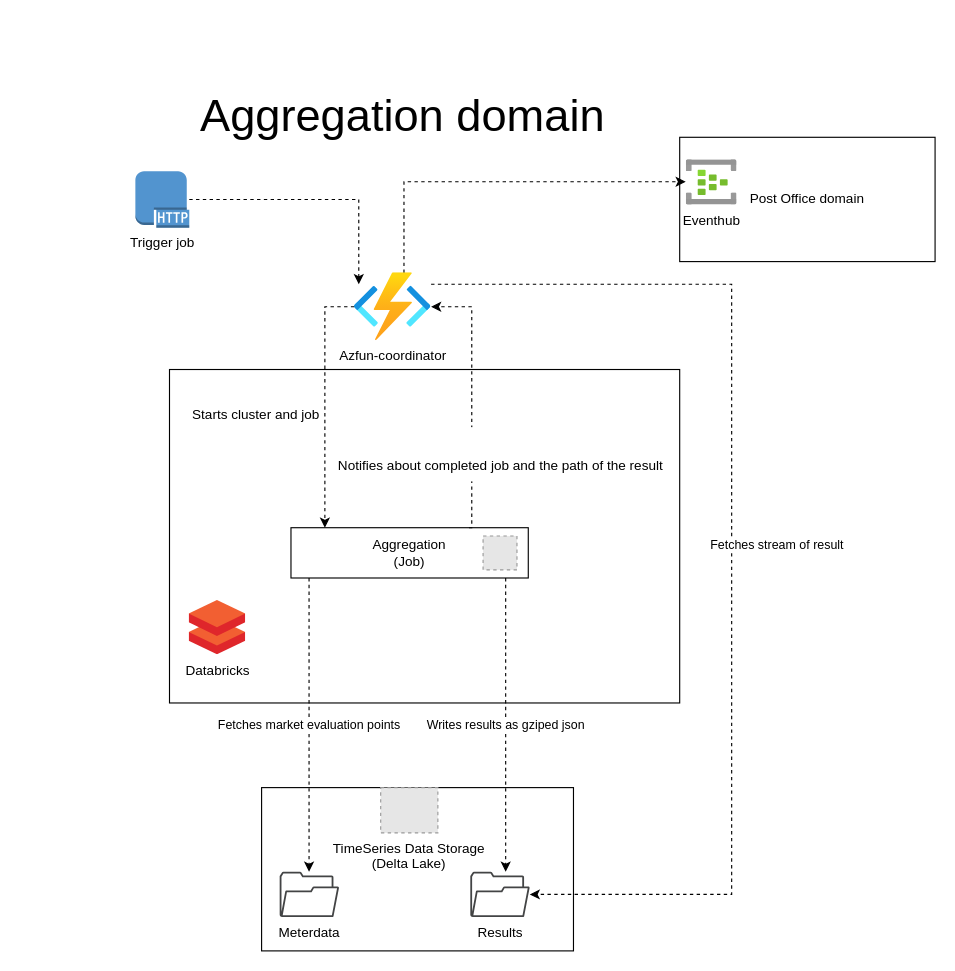
This is docs/Architecture.drawio from Energinet-DataHub/ARCHIVED-geh-aggregations, a draw.io file, before an edit. Source tidied: cells renumbered, new cells numbered last; positions are measured from the earlier drawing's top-left corner, leaving out a move shared by most shapes. Both pictures are drawn from the tidied source at 113%, with x=0, y=0 at pixel (87, 103). Pictures stored in the file or linked from it are replaced by grey dashed boxes.
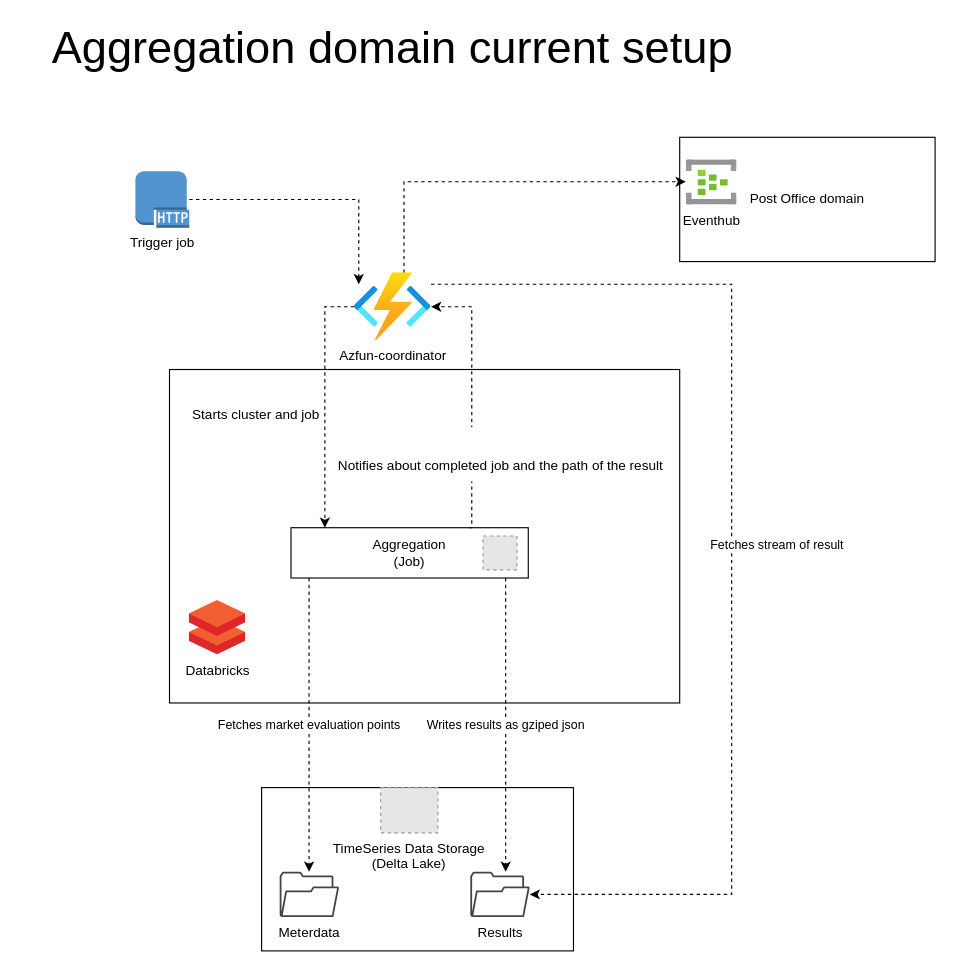
The same diagram, later.

The edit, as a diff of the source:
```diff
@@
-    <mxCell id="8" value="Aggregation domain" style="text;html=1;strokeColor=none;fillColor=none;align=center;verticalAlign=middle;whiteSpace=wrap;rounded=0;fontSize=40;" parent="1" vertex="1">
-      <mxGeometry width="558" height="20" as="geometry" />
+    <mxCell id="8" value="Aggregation domain current setup" style="text;html=1;strokeColor=none;fillColor=none;align=center;verticalAlign=middle;whiteSpace=wrap;rounded=0;fontSize=40;" parent="1" vertex="1">
+      <mxGeometry x="-60" y="-60" width="660" height="20" as="geometry" />
     </mxCell>
```
